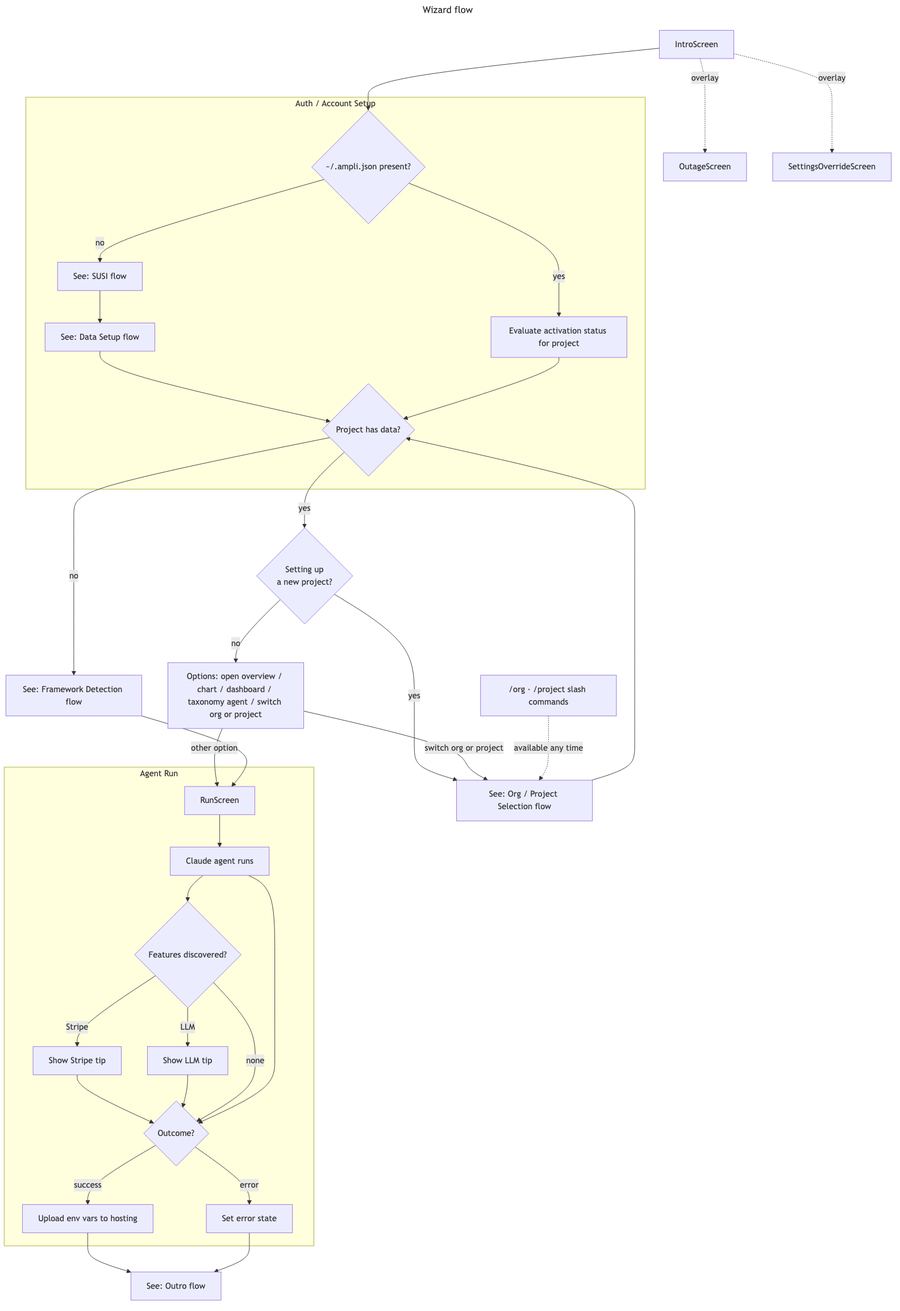
Above: docs/diagrams/wizard-flow.png in amplitude/wizard (Mermaid), before the change. Its source is kept beside it as docs/diagrams/wizard-flow.mmd.
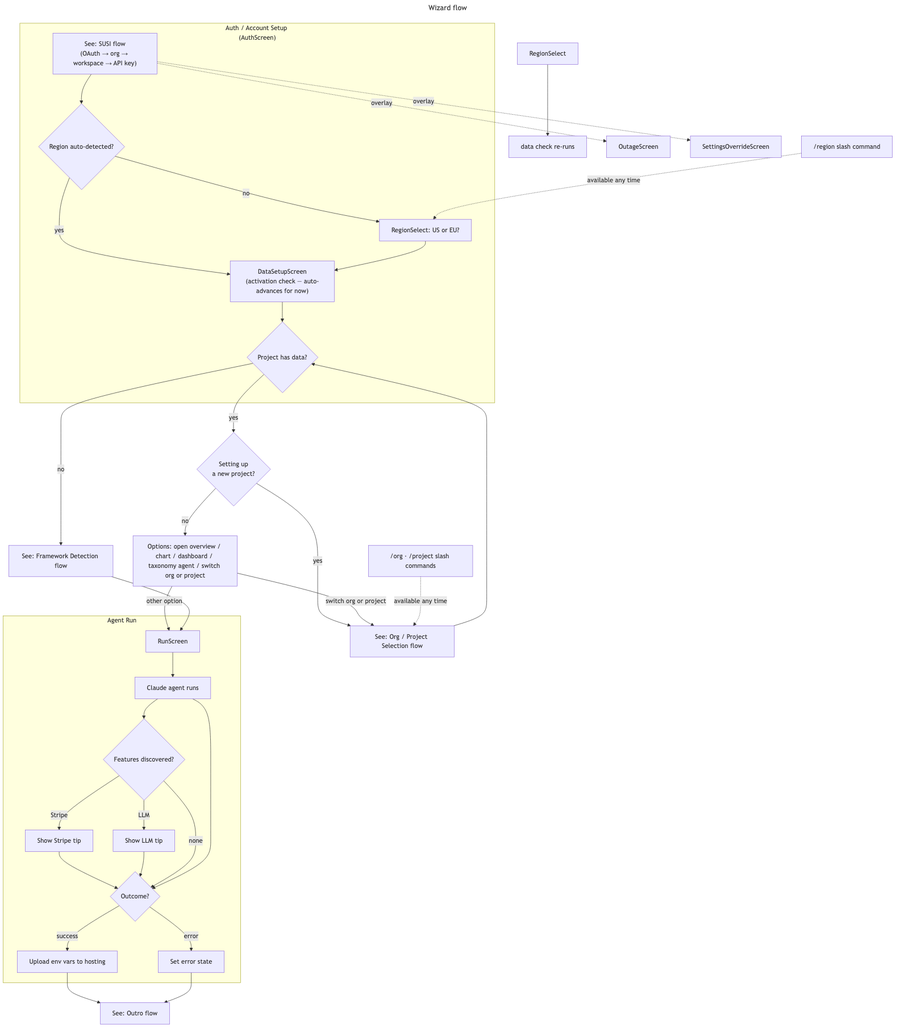
The same diagram one commit later.

The edit, as a diff of the source:
```diff
@@ -2,18 +2,15 @@
 title: Wizard flow
 ---
 flowchart TD
-    START["IntroScreen"] --> AUTH_CHECK
-
-    subgraph AUTH ["Auth / Account Setup"]
-        AUTH_CHECK{~/.ampli.json present?}
-        AUTH_CHECK -->|yes| ACTIVATION["Evaluate activation status for project"]
-        AUTH_CHECK -->|no| SUSI["See: SUSI flow"]
-        SUSI --> DATA_SETUP["See: Data Setup flow"]
-        DATA_SETUP --> DATA_CHECK
-        ACTIVATION --> DATA_CHECK
+    subgraph AUTH ["Auth / Account Setup (AuthScreen)"]
+        SUSI["See: SUSI flow<br/>(OAuth → org → workspace → API key)"]
+        SUSI --> REGION_CHECK{Region auto-detected?}
+        REGION_CHECK -->|yes| DATA_SETUP
+        REGION_CHECK -->|no| REGION_SELECT["RegionSelect: US or EU?"]
+        REGION_SELECT --> DATA_SETUP["DataSetupScreen<br/>(activation check — auto-advances for now)"]
+        DATA_SETUP --> DATA_CHECK{Project has data?}
     end
 
-    DATA_CHECK{Project has data?}
     DATA_CHECK -->|no| FRAMEWORK["See: Framework Detection flow"]
     DATA_CHECK -->|yes| NEW_PROJECT{Setting up<br/>a new project?}
     NEW_PROJECT -->|yes| ORG_PROJECT["See: Org / Project Selection flow"]
@@ -25,6 +22,8 @@
     FRAMEWORK --> RUN
 
     SLASH_CMD["/org · /project slash commands"] -. available any time .-> ORG_PROJECT
+    SLASH_REGION["/region slash command"] -. available any time .-> REGION_SELECT
+    REGION_SELECT_2["RegionSelect"] --> DATA_CHECK2["data check re-runs"]
 
     subgraph AGENT_RUN ["Agent Run"]
         RUN["RunScreen"] --> AGENT["Claude agent runs"]
@@ -40,5 +39,5 @@
     POST --> OUTRO["See: Outro flow"]
     ERR --> OUTRO
 
-    START -. overlay .-> OUTAGE["OutageScreen"]
-    START -. overlay .-> SETTINGS_OVR["SettingsOverrideScreen"]
+    SUSI -. overlay .-> OUTAGE["OutageScreen"]
+    SUSI -. overlay .-> SETTINGS_OVR["SettingsOverrideScreen"]
```
